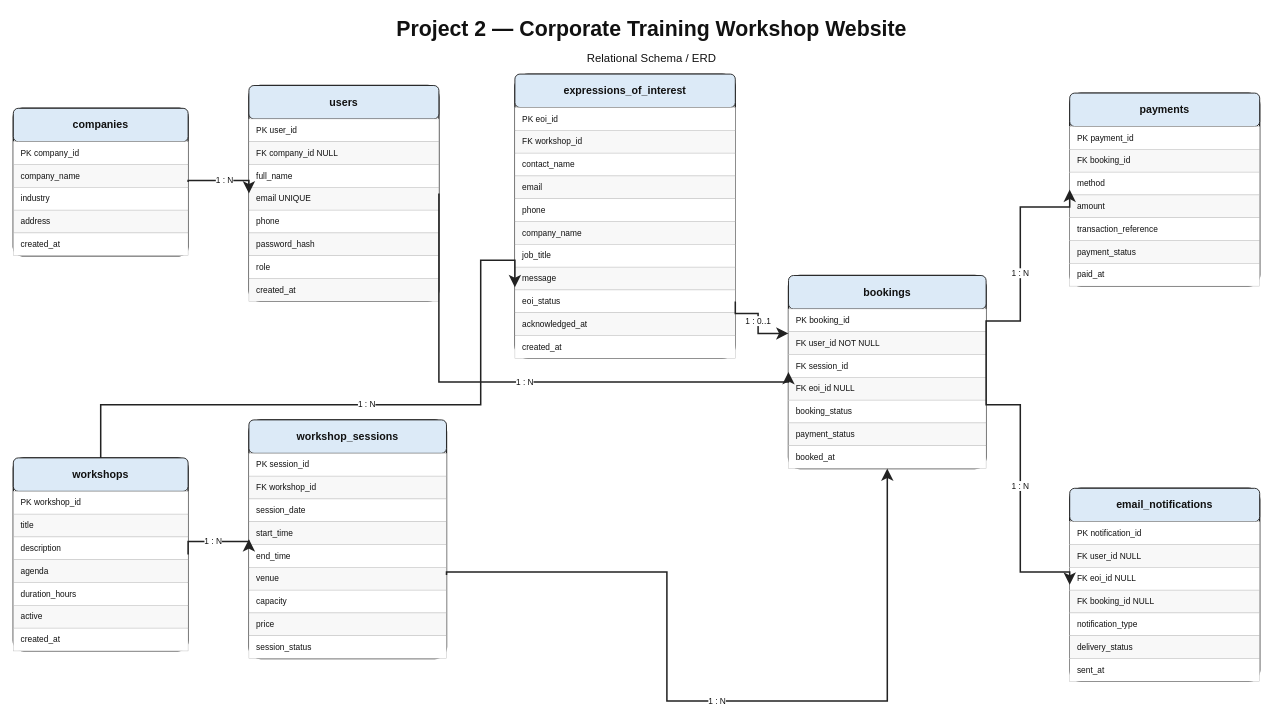
Before: docs/Project_2_Corporate_Training_Schema_NATIVE_EDITABLE.drawio in sobarslap/cse391-project-milestone-1, a draw.io diagram. Source tidied: cells renumbered, new cells numbered last; positions are measured from the earlier drawing's top-left corner, leaving out a move shared by most shapes. Both pictures are drawn from the tidied source at 76%, with x=0, y=0 at pixel (13, 13).
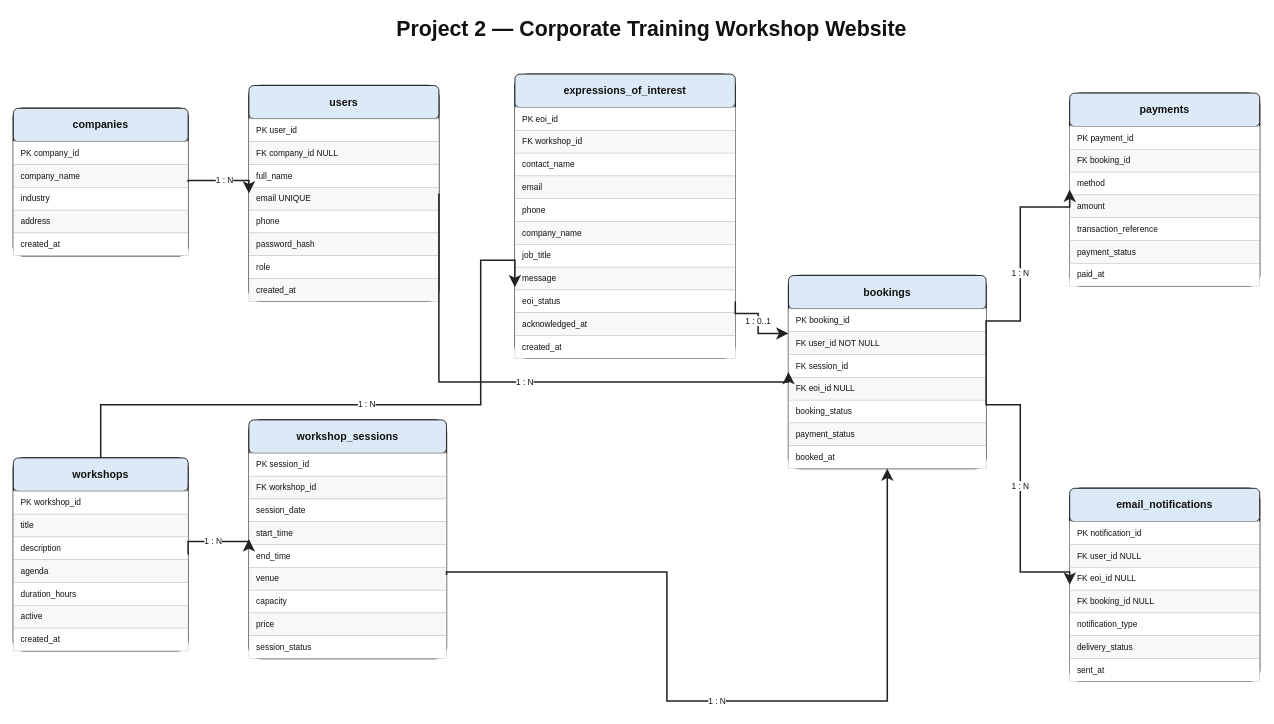
Above is the later version.

Change to the diagram source:
```diff
@@
-    <mxCell id="3" value="Relational Schema / ERD" style="text;html=1;strokeColor=none;fillColor=none;align=center;verticalAlign=middle;whiteSpace=wrap;fontSize=15;fontStyle=0;fontColor=#111111;" parent="1" vertex="1">
-      <mxGeometry x="530" y="43" width="620" height="30" as="geometry" />
-    </mxCell>
```
